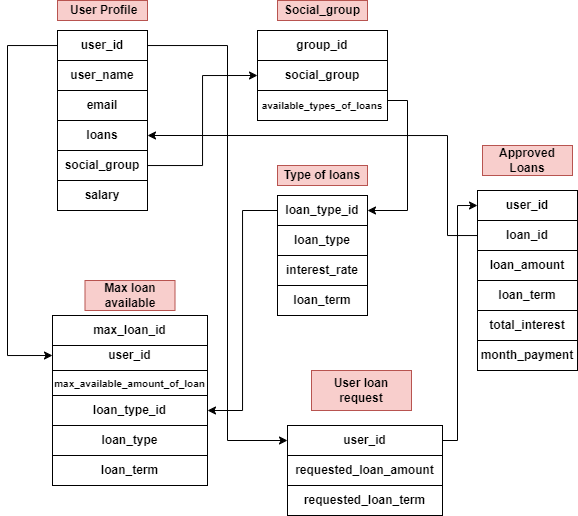
This is Financial Advisor.png from alesanka/FinanceAdvisor, a draw.io export, as it was before one commit. Source tidied: cells renumbered, new cells last; positions are measured from the earlier drawing's top-left corner, leaving out a move shared by most shapes. Source of this version:
```xml
<mxGraphModel>
  <root>
    <mxCell id="0" />
    <mxCell id="1" parent="0" />
    <mxCell id="2" value="&lt;b&gt;&amp;nbsp;User Profile&lt;/b&gt;" style="rounded=0;whiteSpace=wrap;html=1;fillColor=#f8cecc;strokeColor=#b85450;" parent="1" vertex="1">
      <mxGeometry x="50" width="90" height="20" as="geometry" />
    </mxCell>
    <mxCell id="3" style="edgeStyle=orthogonalEdgeStyle;rounded=0;jettySize=auto;html=1;entryX=0;entryY=0.5;entryDx=0;entryDy=0;" parent="1" edge="1" source="5" target="24">
      <mxGeometry relative="1" as="geometry">
        <Array as="points">
          <mxPoint y="45" />
          <mxPoint y="355" />
        </Array>
      </mxGeometry>
    </mxCell>
    <mxCell id="4" style="edgeStyle=orthogonalEdgeStyle;rounded=0;jettySize=auto;html=1;" parent="1" edge="1" source="5" target="40">
      <mxGeometry relative="1" as="geometry">
        <Array as="points">
          <mxPoint x="220" y="45" />
          <mxPoint x="220" y="440" />
        </Array>
      </mxGeometry>
    </mxCell>
    <mxCell id="5" value="&lt;b&gt;user_id&lt;/b&gt;" style="rounded=0;whiteSpace=wrap;html=1;" parent="1" vertex="1">
      <mxGeometry x="50" y="30" width="90" height="30" as="geometry" />
    </mxCell>
    <mxCell id="6" value="&lt;b&gt;user_name&lt;/b&gt;" style="rounded=0;whiteSpace=wrap;html=1;" parent="1" vertex="1">
      <mxGeometry x="50" y="60" width="90" height="30" as="geometry" />
    </mxCell>
    <mxCell id="7" value="&lt;b&gt;email&lt;/b&gt;" style="rounded=0;whiteSpace=wrap;html=1;" parent="1" vertex="1">
      <mxGeometry x="50" y="90" width="90" height="30" as="geometry" />
    </mxCell>
    <mxCell id="8" value="&lt;b&gt;salary&lt;/b&gt;" style="rounded=0;whiteSpace=wrap;html=1;" parent="1" vertex="1">
      <mxGeometry x="50" y="180" width="90" height="30" as="geometry" />
    </mxCell>
    <mxCell id="9" value="&lt;b&gt;loans&lt;/b&gt;" style="rounded=0;whiteSpace=wrap;html=1;" parent="1" vertex="1">
      <mxGeometry x="50" y="120" width="90" height="30" as="geometry" />
    </mxCell>
    <mxCell id="10" style="edgeStyle=orthogonalEdgeStyle;rounded=0;jettySize=auto;html=1;entryX=0;entryY=0.5;entryDx=0;entryDy=0;" parent="1" edge="1" source="11" target="14">
      <mxGeometry relative="1" as="geometry" />
    </mxCell>
    <mxCell id="11" value="&lt;b&gt;social_group&lt;/b&gt;" style="rounded=0;whiteSpace=wrap;html=1;" parent="1" vertex="1">
      <mxGeometry x="50" y="150" width="90" height="30" as="geometry" />
    </mxCell>
    <mxCell id="12" value="&lt;b&gt;Social_group&lt;/b&gt;" style="rounded=0;whiteSpace=wrap;html=1;fillColor=#f8cecc;strokeColor=#b85450;" parent="1" vertex="1">
      <mxGeometry x="270" width="90" height="20" as="geometry" />
    </mxCell>
    <mxCell id="13" value="&lt;b&gt;group_id&lt;/b&gt;" style="rounded=0;whiteSpace=wrap;html=1;" parent="1" vertex="1">
      <mxGeometry x="250" y="30" width="130" height="30" as="geometry" />
    </mxCell>
    <mxCell id="14" value="&lt;b&gt;social_group&lt;/b&gt;" style="rounded=0;whiteSpace=wrap;html=1;" parent="1" vertex="1">
      <mxGeometry x="250" y="60" width="130" height="30" as="geometry" />
    </mxCell>
    <mxCell id="15" style="edgeStyle=orthogonalEdgeStyle;rounded=0;jettySize=auto;html=1;entryX=1;entryY=0.5;entryDx=0;entryDy=0;" parent="1" edge="1" source="16" target="19">
      <mxGeometry relative="1" as="geometry">
        <Array as="points">
          <mxPoint x="400" y="100" />
          <mxPoint x="400" y="210" />
        </Array>
      </mxGeometry>
    </mxCell>
    <mxCell id="16" value="&lt;b style=&quot;&quot;&gt;&lt;font style=&quot;font-size: 10px;&quot;&gt;available_types_of_loans&lt;/font&gt;&lt;/b&gt;" style="rounded=0;whiteSpace=wrap;html=1;" parent="1" vertex="1">
      <mxGeometry x="250" y="90" width="130" height="30" as="geometry" />
    </mxCell>
    <mxCell id="17" value="&lt;b&gt;&lt;font style=&quot;font-size: 12px;&quot;&gt;Type of loans&lt;/font&gt;&lt;/b&gt;" style="rounded=0;whiteSpace=wrap;html=1;fillColor=#f8cecc;strokeColor=#b85450;" parent="1" vertex="1">
      <mxGeometry x="270" y="165" width="90" height="20" as="geometry" />
    </mxCell>
    <mxCell id="18" style="edgeStyle=orthogonalEdgeStyle;rounded=0;jettySize=auto;html=1;entryX=1;entryY=0.5;entryDx=0;entryDy=0;" parent="1" edge="1" source="19" target="34">
      <mxGeometry relative="1" as="geometry" />
    </mxCell>
    <mxCell id="19" value="&lt;b&gt;loan_type_id&lt;/b&gt;" style="rounded=0;whiteSpace=wrap;html=1;" parent="1" vertex="1">
      <mxGeometry x="270" y="195" width="90" height="30" as="geometry" />
    </mxCell>
    <mxCell id="20" value="&lt;b&gt;loan_type&lt;/b&gt;" style="rounded=0;whiteSpace=wrap;html=1;" parent="1" vertex="1">
      <mxGeometry x="270" y="225" width="90" height="30" as="geometry" />
    </mxCell>
    <mxCell id="21" value="&lt;b&gt;interest_rate&lt;/b&gt;" style="rounded=0;whiteSpace=wrap;html=1;" parent="1" vertex="1">
      <mxGeometry x="270" y="255" width="90" height="30" as="geometry" />
    </mxCell>
    <mxCell id="22" value="&lt;b&gt;loan_term&lt;/b&gt;" style="rounded=0;whiteSpace=wrap;html=1;" parent="1" vertex="1">
      <mxGeometry x="270" y="285" width="90" height="30" as="geometry" />
    </mxCell>
    <mxCell id="23" value="&lt;b&gt;Max loan available&lt;/b&gt;" style="rounded=0;whiteSpace=wrap;html=1;fillColor=#f8cecc;strokeColor=#b85450;" parent="1" vertex="1">
      <mxGeometry x="77.5" y="280" width="90" height="30" as="geometry" />
    </mxCell>
    <mxCell id="24" value="&lt;b&gt;user_id&lt;/b&gt;" style="rounded=0;whiteSpace=wrap;html=1;" parent="1" vertex="1">
      <mxGeometry x="45" y="340" width="155" height="30" as="geometry" />
    </mxCell>
    <mxCell id="25" value="&lt;b style=&quot;font-size: 10px;&quot;&gt;max_available_amount_of_loan&lt;/b&gt;" style="rounded=0;whiteSpace=wrap;html=1;" parent="1" vertex="1">
      <mxGeometry x="45" y="370" width="155" height="25" as="geometry" />
    </mxCell>
    <mxCell id="26" value="&lt;b&gt;Approved Loans&lt;/b&gt;" style="rounded=0;whiteSpace=wrap;html=1;fillColor=#f8cecc;strokeColor=#b85450;" parent="1" vertex="1">
      <mxGeometry x="475" y="145" width="90" height="30" as="geometry" />
    </mxCell>
    <mxCell id="27" value="&lt;b&gt;user_id&lt;/b&gt;" style="rounded=0;whiteSpace=wrap;html=1;" parent="1" vertex="1">
      <mxGeometry x="470" y="190" width="100" height="30" as="geometry" />
    </mxCell>
    <mxCell id="28" style="edgeStyle=orthogonalEdgeStyle;rounded=0;jettySize=auto;html=1;entryX=1;entryY=0.5;entryDx=0;entryDy=0;" parent="1" edge="1" source="29" target="9">
      <mxGeometry relative="1" as="geometry">
        <Array as="points">
          <mxPoint x="440" y="235" />
          <mxPoint x="440" y="135" />
        </Array>
      </mxGeometry>
    </mxCell>
    <mxCell id="29" value="&lt;b&gt;loan_id&lt;/b&gt;" style="rounded=0;whiteSpace=wrap;html=1;" parent="1" vertex="1">
      <mxGeometry x="470" y="220" width="100" height="30" as="geometry" />
    </mxCell>
    <mxCell id="30" value="&lt;b&gt;loan_amount&lt;/b&gt;" style="rounded=0;whiteSpace=wrap;html=1;" parent="1" vertex="1">
      <mxGeometry x="470" y="250" width="100" height="30" as="geometry" />
    </mxCell>
    <mxCell id="31" value="&lt;b&gt;loan_term&lt;/b&gt;" style="rounded=0;whiteSpace=wrap;html=1;" parent="1" vertex="1">
      <mxGeometry x="470" y="280" width="100" height="30" as="geometry" />
    </mxCell>
    <mxCell id="32" value="&lt;b&gt;month_payment&lt;/b&gt;" style="rounded=0;whiteSpace=wrap;html=1;" parent="1" vertex="1">
      <mxGeometry x="470" y="340" width="100" height="30" as="geometry" />
    </mxCell>
    <mxCell id="33" value="&lt;b&gt;total_interest&lt;/b&gt;" style="rounded=0;whiteSpace=wrap;html=1;" parent="1" vertex="1">
      <mxGeometry x="470" y="310" width="100" height="30" as="geometry" />
    </mxCell>
    <mxCell id="34" value="&lt;b style=&quot;&quot;&gt;loan_type_id&lt;/b&gt;" style="rounded=0;whiteSpace=wrap;html=1;" parent="1" vertex="1">
      <mxGeometry x="45" y="395" width="155" height="30" as="geometry" />
    </mxCell>
    <mxCell id="35" value="&lt;b style=&quot;&quot;&gt;loan_type&lt;/b&gt;" style="rounded=0;whiteSpace=wrap;html=1;" parent="1" vertex="1">
      <mxGeometry x="45" y="425" width="155" height="30" as="geometry" />
    </mxCell>
    <mxCell id="36" value="&lt;b&gt;max_loan_id&lt;/b&gt;" style="rounded=0;whiteSpace=wrap;html=1;" parent="1" vertex="1">
      <mxGeometry x="45" y="315" width="155" height="30" as="geometry" />
    </mxCell>
    <mxCell id="37" value="&lt;b&gt;loan_term&lt;/b&gt;" style="rounded=0;whiteSpace=wrap;html=1;" parent="1" vertex="1">
      <mxGeometry x="45" y="455" width="155" height="30" as="geometry" />
    </mxCell>
    <mxCell id="38" value="&lt;b&gt;&lt;font style=&quot;font-size: 12px;&quot;&gt;User loan request&lt;/font&gt;&lt;/b&gt;" style="rounded=0;whiteSpace=wrap;html=1;fillColor=#f8cecc;strokeColor=#b85450;" parent="1" vertex="1">
      <mxGeometry x="304" y="370" width="100" height="40" as="geometry" />
    </mxCell>
    <mxCell id="39" style="edgeStyle=orthogonalEdgeStyle;rounded=0;jettySize=auto;html=1;entryX=0;entryY=0.5;entryDx=0;entryDy=0;" parent="1" edge="1" source="40" target="27">
      <mxGeometry relative="1" as="geometry">
        <Array as="points">
          <mxPoint x="450" y="440" />
          <mxPoint x="450" y="205" />
        </Array>
      </mxGeometry>
    </mxCell>
    <mxCell id="40" value="&lt;b&gt;user_id&lt;/b&gt;" style="rounded=0;whiteSpace=wrap;html=1;" parent="1" vertex="1">
      <mxGeometry x="280" y="425" width="155" height="30" as="geometry" />
    </mxCell>
    <mxCell id="41" value="&lt;b&gt;requested_loan_amount&lt;/b&gt;" style="rounded=0;whiteSpace=wrap;html=1;" parent="1" vertex="1">
      <mxGeometry x="280" y="455" width="155" height="30" as="geometry" />
    </mxCell>
    <mxCell id="42" value="&lt;b&gt;requested_loan_term&lt;/b&gt;" style="rounded=0;whiteSpace=wrap;html=1;" parent="1" vertex="1">
      <mxGeometry x="280" y="485" width="155" height="30" as="geometry" />
    </mxCell>
  </root>
</mxGraphModel>
```
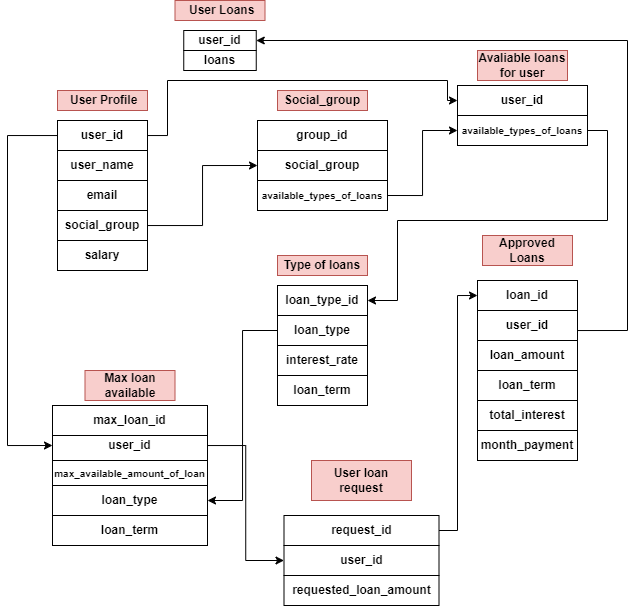
The same diagram one commit later.

Change to the diagram source:
```diff
@@ -13,14 +13,16 @@
         </Array>
       </mxGeometry>
     </mxCell>
-    <mxCell id="4" style="edgeStyle=orthogonalEdgeStyle;rounded=0;jettySize=auto;html=1;" parent="1" edge="1" source="5" target="40">
-      <mxGeometry relative="1" as="geometry">
-        <Array as="points">
-          <mxPoint x="220" y="45" />
-          <mxPoint x="220" y="440" />
-        </Array>
-      </mxGeometry>
-    </mxCell>
+    <mxCell id="43" style="edgeStyle=orthogonalEdgeStyle;rounded=0;jettySize=auto;html=1;entryX=0;entryY=0.5;entryDx=0;entryDy=0;" parent="1" edge="1" source="5" target="53">
+      <mxGeometry relative="1" as="geometry">
+        <Array as="points">
+          <mxPoint x="160" y="45" />
+          <mxPoint x="160" y="-10" />
+          <mxPoint x="440" y="-10" />
+          <mxPoint x="440" y="10" />
+        </Array>
+      </mxGeometry>
+    </mxCell>
     <mxCell id="5" value="&lt;b&gt;user_id&lt;/b&gt;" style="rounded=0;whiteSpace=wrap;html=1;" parent="1" vertex="1">
       <mxGeometry x="50" y="30" width="90" height="30" as="geometry" />
     </mxCell>
@@ -31,16 +33,13 @@
       <mxGeometry x="50" y="90" width="90" height="30" as="geometry" />
     </mxCell>
     <mxCell id="8" value="&lt;b&gt;salary&lt;/b&gt;" style="rounded=0;whiteSpace=wrap;html=1;" parent="1" vertex="1">
-      <mxGeometry x="50" y="180" width="90" height="30" as="geometry" />
+      <mxGeometry x="50" y="150" width="90" height="30" as="geometry" />
     </mxCell>
-    <mxCell id="9" value="&lt;b&gt;loans&lt;/b&gt;" style="rounded=0;whiteSpace=wrap;html=1;" parent="1" vertex="1">
-      <mxGeometry x="50" y="120" width="90" height="30" as="geometry" />
-    </mxCell>
     <mxCell id="10" style="edgeStyle=orthogonalEdgeStyle;rounded=0;jettySize=auto;html=1;entryX=0;entryY=0.5;entryDx=0;entryDy=0;" parent="1" edge="1" source="11" target="14">
       <mxGeometry relative="1" as="geometry" />
     </mxCell>
     <mxCell id="11" value="&lt;b&gt;social_group&lt;/b&gt;" style="rounded=0;whiteSpace=wrap;html=1;" parent="1" vertex="1">
-      <mxGeometry x="50" y="150" width="90" height="30" as="geometry" />
+      <mxGeometry x="50" y="120" width="90" height="30" as="geometry" />
     </mxCell>
     <mxCell id="12" value="&lt;b&gt;Social_group&lt;/b&gt;" style="rounded=0;whiteSpace=wrap;html=1;fillColor=#f8cecc;strokeColor=#b85450;" parent="1" vertex="1">
       <mxGeometry x="270" width="90" height="20" as="geometry" />
@@ -51,26 +50,21 @@
     <mxCell id="14" value="&lt;b&gt;social_group&lt;/b&gt;" style="rounded=0;whiteSpace=wrap;html=1;" parent="1" vertex="1">
       <mxGeometry x="250" y="60" width="130" height="30" as="geometry" />
     </mxCell>
-    <mxCell id="15" style="edgeStyle=orthogonalEdgeStyle;rounded=0;jettySize=auto;html=1;entryX=1;entryY=0.5;entryDx=0;entryDy=0;" parent="1" edge="1" source="16" target="19">
-      <mxGeometry relative="1" as="geometry">
-        <Array as="points">
-          <mxPoint x="400" y="100" />
-          <mxPoint x="400" y="210" />
-        </Array>
-      </mxGeometry>
-    </mxCell>
+    <mxCell id="44" style="edgeStyle=orthogonalEdgeStyle;rounded=0;jettySize=auto;html=1;exitX=1;exitY=0.5;exitDx=0;exitDy=0;entryX=0;entryY=0.5;entryDx=0;entryDy=0;" parent="1" edge="1" source="16" target="55">
+      <mxGeometry relative="1" as="geometry" />
+    </mxCell>
     <mxCell id="16" value="&lt;b style=&quot;&quot;&gt;&lt;font style=&quot;font-size: 10px;&quot;&gt;available_types_of_loans&lt;/font&gt;&lt;/b&gt;" style="rounded=0;whiteSpace=wrap;html=1;" parent="1" vertex="1">
       <mxGeometry x="250" y="90" width="130" height="30" as="geometry" />
     </mxCell>
     <mxCell id="17" value="&lt;b&gt;&lt;font style=&quot;font-size: 12px;&quot;&gt;Type of loans&lt;/font&gt;&lt;/b&gt;" style="rounded=0;whiteSpace=wrap;html=1;fillColor=#f8cecc;strokeColor=#b85450;" parent="1" vertex="1">
       <mxGeometry x="270" y="165" width="90" height="20" as="geometry" />
     </mxCell>
-    <mxCell id="18" style="edgeStyle=orthogonalEdgeStyle;rounded=0;jettySize=auto;html=1;entryX=1;entryY=0.5;entryDx=0;entryDy=0;" parent="1" edge="1" source="19" target="34">
-      <mxGeometry relative="1" as="geometry" />
-    </mxCell>
     <mxCell id="19" value="&lt;b&gt;loan_type_id&lt;/b&gt;" style="rounded=0;whiteSpace=wrap;html=1;" parent="1" vertex="1">
       <mxGeometry x="270" y="195" width="90" height="30" as="geometry" />
     </mxCell>
+    <mxCell id="45" style="edgeStyle=orthogonalEdgeStyle;rounded=0;jettySize=auto;html=1;entryX=1;entryY=0.5;entryDx=0;entryDy=0;" parent="1" edge="1" source="20" target="35">
+      <mxGeometry relative="1" as="geometry" />
+    </mxCell>
     <mxCell id="20" value="&lt;b&gt;loan_type&lt;/b&gt;" style="rounded=0;whiteSpace=wrap;html=1;" parent="1" vertex="1">
       <mxGeometry x="270" y="225" width="90" height="30" as="geometry" />
     </mxCell>
@@ -83,6 +77,9 @@
     <mxCell id="23" value="&lt;b&gt;Max loan available&lt;/b&gt;" style="rounded=0;whiteSpace=wrap;html=1;fillColor=#f8cecc;strokeColor=#b85450;" parent="1" vertex="1">
       <mxGeometry x="77.5" y="280" width="90" height="30" as="geometry" />
     </mxCell>
+    <mxCell id="46" style="edgeStyle=orthogonalEdgeStyle;rounded=0;jettySize=auto;html=1;entryX=0;entryY=0.5;entryDx=0;entryDy=0;" parent="1" edge="1" source="24" target="40">
+      <mxGeometry relative="1" as="geometry" />
+    </mxCell>
     <mxCell id="24" value="&lt;b&gt;user_id&lt;/b&gt;" style="rounded=0;whiteSpace=wrap;html=1;" parent="1" vertex="1">
       <mxGeometry x="45" y="340" width="155" height="30" as="geometry" />
     </mxCell>
@@ -92,19 +89,21 @@
     <mxCell id="26" value="&lt;b&gt;Approved Loans&lt;/b&gt;" style="rounded=0;whiteSpace=wrap;html=1;fillColor=#f8cecc;strokeColor=#b85450;" parent="1" vertex="1">
       <mxGeometry x="475" y="145" width="90" height="30" as="geometry" />
     </mxCell>
+    <mxCell id="47" style="edgeStyle=orthogonalEdgeStyle;rounded=0;orthogonalLoop=1;jettySize=auto;html=1;entryX=1;entryY=0.25;entryDx=0;entryDy=0;" parent="1" edge="1">
+      <mxGeometry relative="1" as="geometry">
+        <mxPoint x="570" y="240" as="sourcePoint" />
+        <mxPoint x="248.8" y="-50" as="targetPoint" />
+        <Array as="points">
+          <mxPoint x="620" y="240" />
+          <mxPoint x="620" y="-50" />
+        </Array>
+      </mxGeometry>
+    </mxCell>
     <mxCell id="27" value="&lt;b&gt;user_id&lt;/b&gt;" style="rounded=0;whiteSpace=wrap;html=1;" parent="1" vertex="1">
-      <mxGeometry x="470" y="190" width="100" height="30" as="geometry" />
+      <mxGeometry x="470" y="220" width="100" height="30" as="geometry" />
     </mxCell>
-    <mxCell id="28" style="edgeStyle=orthogonalEdgeStyle;rounded=0;jettySize=auto;html=1;entryX=1;entryY=0.5;entryDx=0;entryDy=0;" parent="1" edge="1" source="29" target="9">
-      <mxGeometry relative="1" as="geometry">
-        <Array as="points">
-          <mxPoint x="440" y="235" />
-          <mxPoint x="440" y="135" />
-        </Array>
-      </mxGeometry>
-    </mxCell>
     <mxCell id="29" value="&lt;b&gt;loan_id&lt;/b&gt;" style="rounded=0;whiteSpace=wrap;html=1;" parent="1" vertex="1">
-      <mxGeometry x="470" y="220" width="100" height="30" as="geometry" />
+      <mxGeometry x="470" y="190" width="100" height="30" as="geometry" />
     </mxCell>
     <mxCell id="30" value="&lt;b&gt;loan_amount&lt;/b&gt;" style="rounded=0;whiteSpace=wrap;html=1;" parent="1" vertex="1">
       <mxGeometry x="470" y="250" width="100" height="30" as="geometry" />
@@ -118,37 +117,62 @@
     <mxCell id="33" value="&lt;b&gt;total_interest&lt;/b&gt;" style="rounded=0;whiteSpace=wrap;html=1;" parent="1" vertex="1">
       <mxGeometry x="470" y="310" width="100" height="30" as="geometry" />
     </mxCell>
-    <mxCell id="34" value="&lt;b style=&quot;&quot;&gt;loan_type_id&lt;/b&gt;" style="rounded=0;whiteSpace=wrap;html=1;" parent="1" vertex="1">
-      <mxGeometry x="45" y="395" width="155" height="30" as="geometry" />
-    </mxCell>
     <mxCell id="35" value="&lt;b style=&quot;&quot;&gt;loan_type&lt;/b&gt;" style="rounded=0;whiteSpace=wrap;html=1;" parent="1" vertex="1">
-      <mxGeometry x="45" y="425" width="155" height="30" as="geometry" />
+      <mxGeometry x="45" y="395" width="155" height="30" as="geometry" />
     </mxCell>
     <mxCell id="36" value="&lt;b&gt;max_loan_id&lt;/b&gt;" style="rounded=0;whiteSpace=wrap;html=1;" parent="1" vertex="1">
       <mxGeometry x="45" y="315" width="155" height="30" as="geometry" />
     </mxCell>
     <mxCell id="37" value="&lt;b&gt;loan_term&lt;/b&gt;" style="rounded=0;whiteSpace=wrap;html=1;" parent="1" vertex="1">
-      <mxGeometry x="45" y="455" width="155" height="30" as="geometry" />
+      <mxGeometry x="45" y="425" width="155" height="30" as="geometry" />
     </mxCell>
     <mxCell id="38" value="&lt;b&gt;&lt;font style=&quot;font-size: 12px;&quot;&gt;User loan request&lt;/font&gt;&lt;/b&gt;" style="rounded=0;whiteSpace=wrap;html=1;fillColor=#f8cecc;strokeColor=#b85450;" parent="1" vertex="1">
       <mxGeometry x="304" y="370" width="100" height="40" as="geometry" />
     </mxCell>
-    <mxCell id="39" style="edgeStyle=orthogonalEdgeStyle;rounded=0;jettySize=auto;html=1;entryX=0;entryY=0.5;entryDx=0;entryDy=0;" parent="1" edge="1" source="40" target="27">
-      <mxGeometry relative="1" as="geometry">
-        <Array as="points">
-          <mxPoint x="450" y="440" />
-          <mxPoint x="450" y="205" />
-        </Array>
-      </mxGeometry>
-    </mxCell>
     <mxCell id="40" value="&lt;b&gt;user_id&lt;/b&gt;" style="rounded=0;whiteSpace=wrap;html=1;" parent="1" vertex="1">
-      <mxGeometry x="280" y="425" width="155" height="30" as="geometry" />
+      <mxGeometry x="276.5" y="455" width="155" height="30" as="geometry" />
     </mxCell>
     <mxCell id="41" value="&lt;b&gt;requested_loan_amount&lt;/b&gt;" style="rounded=0;whiteSpace=wrap;html=1;" parent="1" vertex="1">
-      <mxGeometry x="280" y="455" width="155" height="30" as="geometry" />
+      <mxGeometry x="276.5" y="485" width="155" height="30" as="geometry" />
     </mxCell>
-    <mxCell id="42" value="&lt;b&gt;requested_loan_term&lt;/b&gt;" style="rounded=0;whiteSpace=wrap;html=1;" parent="1" vertex="1">
-      <mxGeometry x="280" y="485" width="155" height="30" as="geometry" />
-    </mxCell>
+    <mxCell id="48" value="&lt;b&gt;&amp;nbsp;User Loans&lt;/b&gt;" style="rounded=0;whiteSpace=wrap;html=1;fillColor=#f8cecc;strokeColor=#b85450;" parent="1" vertex="1">
+      <mxGeometry x="167.5" y="-90" width="90" height="20" as="geometry" />
+    </mxCell>
+    <mxCell id="49" value="&lt;b&gt;user_id&lt;/b&gt;" style="rounded=0;whiteSpace=wrap;html=1;" parent="1" vertex="1">
+      <mxGeometry x="176.2" y="-60" width="72.5" height="20" as="geometry" />
+    </mxCell>
+    <mxCell id="9" value="&lt;b&gt;loans&lt;/b&gt;" style="rounded=0;whiteSpace=wrap;html=1;" parent="1" vertex="1">
+      <mxGeometry x="176.2" y="-40" width="72.5" height="20" as="geometry" />
+    </mxCell>
+    <mxCell id="50" style="edgeStyle=orthogonalEdgeStyle;rounded=0;jettySize=auto;html=1;entryX=0;entryY=0.5;entryDx=0;entryDy=0;" parent="1" edge="1" source="51" target="29">
+      <mxGeometry relative="1" as="geometry">
+        <Array as="points">
+          <mxPoint x="450" y="440" />
+          <mxPoint x="450" y="205" />
+        </Array>
+      </mxGeometry>
+    </mxCell>
+    <mxCell id="51" value="&lt;b&gt;request_id&lt;/b&gt;" style="rounded=0;whiteSpace=wrap;html=1;" parent="1" vertex="1">
+      <mxGeometry x="276.5" y="425" width="155" height="30" as="geometry" />
+    </mxCell>
+    <mxCell id="52" value="&lt;b&gt;Avaliable loans for user&lt;/b&gt;" style="rounded=0;whiteSpace=wrap;html=1;fillColor=#f8cecc;strokeColor=#b85450;" parent="1" vertex="1">
+      <mxGeometry x="470" y="-40" width="90" height="30" as="geometry" />
+    </mxCell>
+    <mxCell id="53" value="&lt;b&gt;user_id&lt;/b&gt;" style="rounded=0;whiteSpace=wrap;html=1;" parent="1" vertex="1">
+      <mxGeometry x="450" y="-5" width="130" height="30" as="geometry" />
+    </mxCell>
+    <mxCell id="54" style="edgeStyle=orthogonalEdgeStyle;rounded=0;jettySize=auto;html=1;" parent="1" edge="1" source="55" target="19">
+      <mxGeometry relative="1" as="geometry">
+        <Array as="points">
+          <mxPoint x="600" y="40" />
+          <mxPoint x="600" y="130" />
+          <mxPoint x="390" y="130" />
+          <mxPoint x="390" y="210" />
+        </Array>
+      </mxGeometry>
+    </mxCell>
+    <mxCell id="55" value="&lt;b style=&quot;&quot;&gt;&lt;font style=&quot;font-size: 10px;&quot;&gt;available_types_of_loans&lt;/font&gt;&lt;/b&gt;" style="rounded=0;whiteSpace=wrap;html=1;" parent="1" vertex="1">
+      <mxGeometry x="450" y="25" width="130" height="30" as="geometry" />
+    </mxCell>
   </root>
 </mxGraphModel>
```
